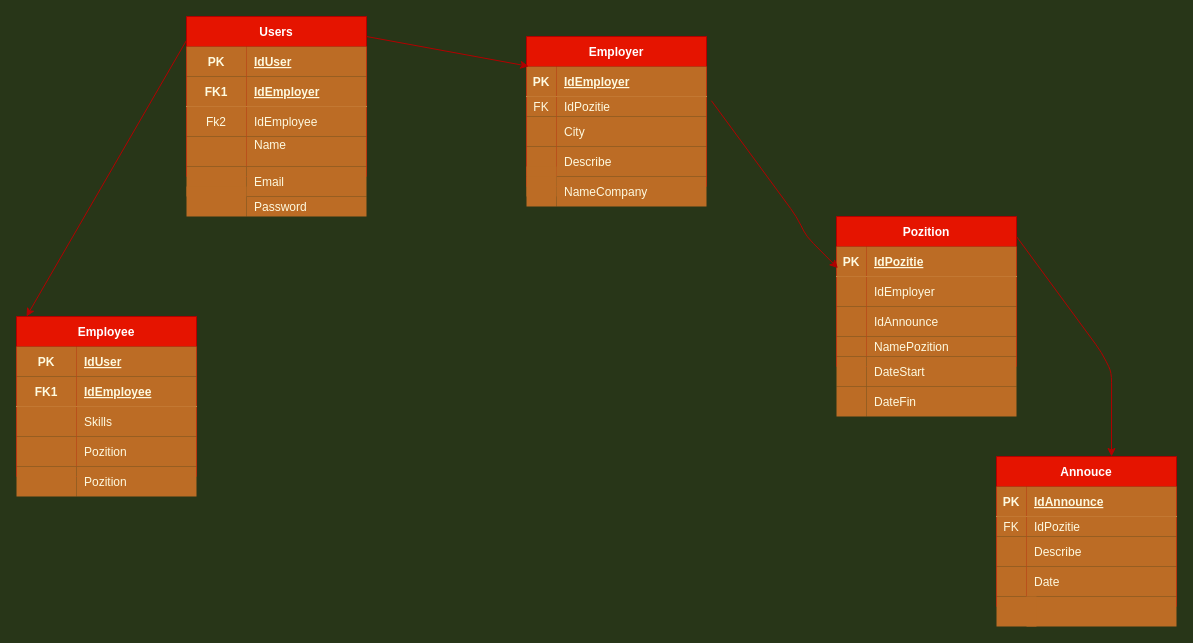
DavidIrm/hr-app keeps this draw.io diagram as page "Page-2" (2 of 3) of docs/design/design.drawio. Above is the earlier version. Source tidied: cells renumbered, new cells numbered last; positions are measured from the earlier drawing's top-left corner, leaving out a move shared by most shapes. Both pictures are drawn from the tidied source at 100%, with x=0, y=0 at pixel (16, 16).
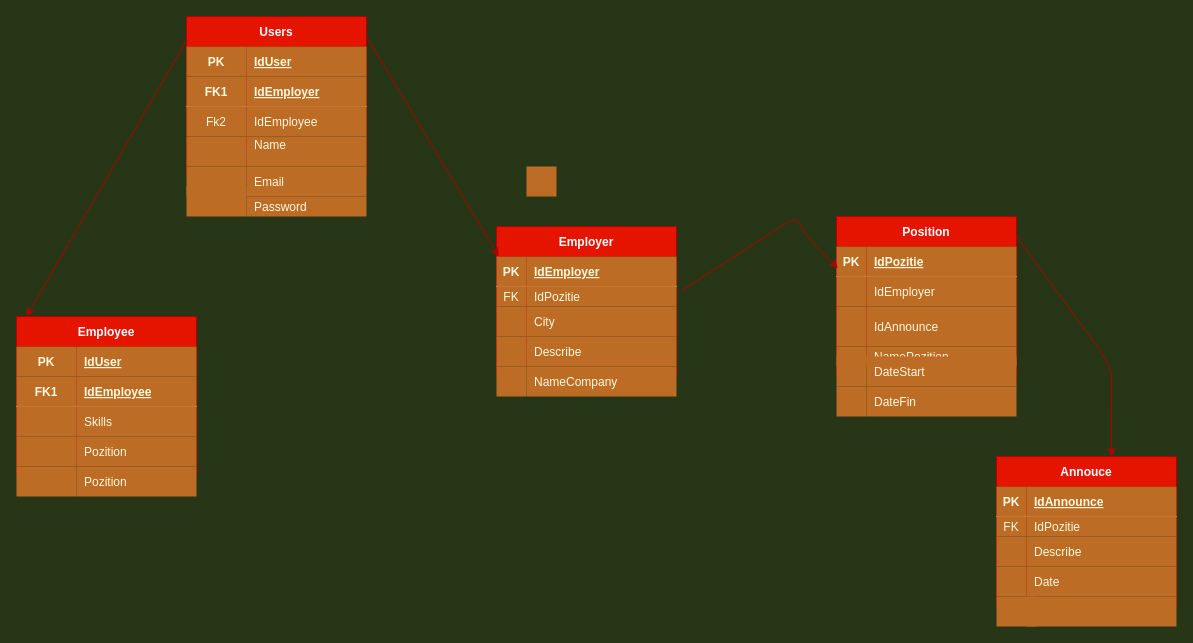
Above is the later version.

Change to the diagram source:
```diff
@@
     <mxCell id="17" value="Employer" style="shape=table;startSize=30;childLayout=tableLayout;rowLines=0;fontStyle=1;align=center;rounded=0;sketch=0;fillColor=#e51400;strokeColor=#B20000;fontColor=#ffffff;" parent="1" vertex="1">
-      <mxGeometry x="510" y="20" width="180" height="150" as="geometry" />
+      <mxGeometry x="480" y="210" width="180" height="150" as="geometry" />
     </mxCell>
@@
     <mxCell id="31" value="NameCompany" style="shape=partialRectangle;top=0;left=0;bottom=0;right=0;align=left;spacingLeft=6;overflow=hidden;fillColor=#BC6C25;strokeColor=#DDA15E;fontColor=#FEFAE0;" parent="1" vertex="1">
-      <mxGeometry x="540" y="160" width="150" height="30" as="geometry" />
+      <mxGeometry x="510" y="350" width="150" height="30" as="geometry" />
     </mxCell>
-    <mxCell id="32" value="Pozition" style="shape=table;startSize=30;childLayout=tableLayout;rowLines=0;fontStyle=1;align=center;rounded=0;sketch=0;fillColor=#e51400;strokeColor=#B20000;fontColor=#ffffff;" parent="1" vertex="1">
-      <mxGeometry x="820" y="200" width="180" height="150" as="geometry" />
+    <mxCell id="32" value="Position" style="shape=table;startSize=30;childLayout=tableLayout;rowLines=0;fontStyle=1;align=center;rounded=0;sketch=0;fillColor=#e51400;strokeColor=#B20000;fontColor=#ffffff;" parent="1" vertex="1">
+      <mxGeometry x="820" y="200" width="180" height="160" as="geometry" />
     </mxCell>
@@
     <mxCell id="39" style="shape=partialRectangle;fillColor=none;top=0;left=0;bottom=0;right=0;strokeColor=#DDA15E;fontColor=#FEFAE0;" parent="32" vertex="1">
-      <mxGeometry y="90" width="180" height="30" as="geometry" />
+      <mxGeometry y="90" width="180" height="40" as="geometry" />
     </mxCell>
     <mxCell id="40" style="shape=partialRectangle;top=0;left=0;bottom=0;right=0;overflow=hidden;fillColor=#BC6C25;strokeColor=#DDA15E;fontColor=#FEFAE0;" parent="39" vertex="1">
-      <mxGeometry width="30" height="30" as="geometry" />
+      <mxGeometry width="30" height="40" as="geometry" />
     </mxCell>
     <mxCell id="41" value="IdAnnounce" style="shape=partialRectangle;top=0;left=0;bottom=0;right=0;align=left;spacingLeft=6;overflow=hidden;fillColor=#BC6C25;strokeColor=#DDA15E;fontColor=#FEFAE0;" parent="39" vertex="1">
-      <mxGeometry x="30" width="150" height="30" as="geometry" />
+      <mxGeometry x="30" width="150" height="40" as="geometry" />
     </mxCell>
     <mxCell id="42" style="shape=partialRectangle;fillColor=none;top=0;left=0;bottom=0;right=0;strokeColor=#DDA15E;fontColor=#FEFAE0;" parent="32" vertex="1">
-      <mxGeometry y="120" width="180" height="20" as="geometry" />
+      <mxGeometry y="130" width="180" height="20" as="geometry" />
     </mxCell>
@@
     <mxCell id="46" style="shape=partialRectangle;top=0;left=0;bottom=0;right=0;overflow=hidden;fillColor=#BC6C25;strokeColor=#DDA15E;fontColor=#FEFAE0;" parent="1" vertex="1">
-      <mxGeometry x="510" y="160" width="30" height="30" as="geometry" />
+      <mxGeometry x="480" y="350" width="30" height="30" as="geometry" />
     </mxCell>
```
